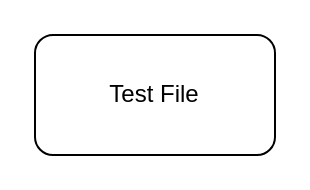
Before: drawio_files/workflow_test_fixed.drawio in lucasdreger/diagrams, a draw.io diagram. Source tidied: cells renumbered, new cells numbered last; positions are measured from the earlier drawing's top-left corner, leaving out a move shared by most shapes. Both pictures are drawn from the tidied source at 200%, with x=0, y=0 at pixel (34, 34).
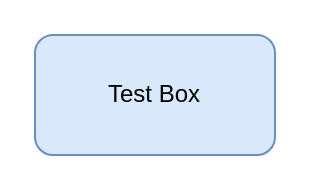
After the change.

Commit message (it also covers changes not shown here):
Fix GitHub Actions workflow issues and add test diagram

What changed in the source:
```diff
@@
 <mxGraphModel>
   <root>
     <mxCell id="0" />
     <mxCell id="1" parent="0" />
-    <mxCell id="2" value="Test File" style="rounded=1;whiteSpace=wrap;html=1;" parent="1" vertex="1">
+    <mxCell id="2" value="Test Box" style="rounded=1;whiteSpace=wrap;html=1;fillColor=#dae8fc;strokeColor=#6c8ebf;" parent="1" vertex="1">
       <mxGeometry width="120" height="60" as="geometry" />
     </mxCell>
   </root>
 </mxGraphModel>
```
